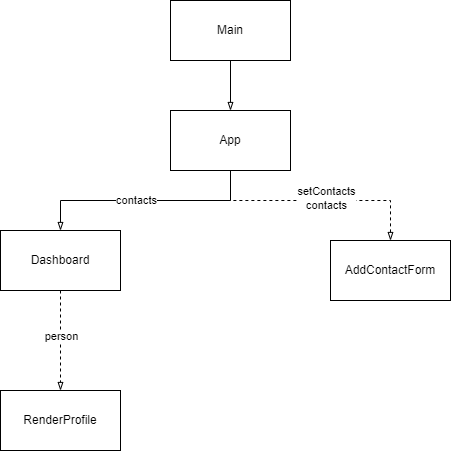
Before: react-address-book.drawio.png, a diagram exported from draw.io (boolean-uk/react-address-book-part-1). Source tidied: cells renumbered, new cells last; positions are measured from the earlier drawing's top-left corner, leaving out a move shared by most shapes.
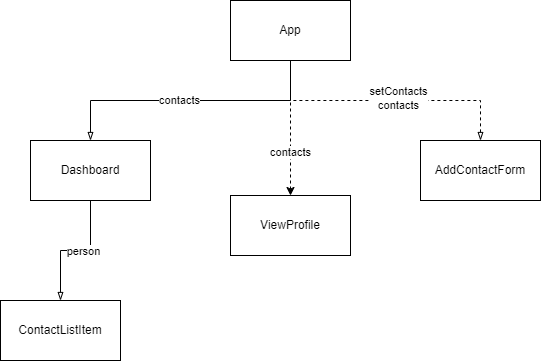
Above is the later version.

Diff of the diagram source:
```diff
@@ -2,12 +2,12 @@
   <root>
     <mxCell id="0" />
     <mxCell id="1" parent="0" />
-    <mxCell id="2" style="edgeStyle=orthogonalEdgeStyle;rounded=0;jettySize=auto;html=1;exitX=0.5;exitY=1;exitDx=0;exitDy=0;entryX=0.5;entryY=0;entryDx=0;entryDy=0;endArrow=blockThin;endFill=0;" parent="1" edge="1" source="3" target="4">
-      <mxGeometry relative="1" as="geometry" />
-    </mxCell>
-    <mxCell id="3" value="Main" style="rounded=0;whiteSpace=wrap;html=1;" parent="1" vertex="1">
-      <mxGeometry x="170" width="120" height="60" as="geometry" />
-    </mxCell>
+    <mxCell id="14" style="edgeStyle=orthogonalEdgeStyle;rounded=0;jettySize=auto;html=1;exitX=0.5;exitY=1;exitDx=0;exitDy=0;entryX=0.5;entryY=0;entryDx=0;entryDy=0;dashed=1;" parent="1" edge="1" source="4" target="16">
+      <mxGeometry relative="1" as="geometry" />
+    </mxCell>
+    <mxCell id="15" value="contacts" style="edgeLabel;html=1;align=center;verticalAlign=middle;" parent="14" vertex="1">
+      <mxGeometry x="0.35" y="-1" relative="1" as="geometry" />
+    </mxCell>
     <mxCell id="4" value="App" style="rounded=0;whiteSpace=wrap;html=1;" parent="1" vertex="1">
       <mxGeometry x="170" y="110" width="120" height="60" as="geometry" />
     </mxCell>
@@ -15,8 +15,8 @@
       <mxGeometry relative="1" as="geometry">
         <mxPoint x="230" y="170" as="targetPoint" />
         <Array as="points">
-          <mxPoint x="350" y="200" />
-          <mxPoint x="231" y="200" />
+          <mxPoint x="420" y="210" />
+          <mxPoint x="230" y="210" />
         </Array>
       </mxGeometry>
     </mxCell>
@@ -24,7 +24,7 @@
       <mxGeometry x="-0.09" y="-3" relative="1" as="geometry" />
     </mxCell>
     <mxCell id="7" value="AddContactForm" style="rounded=0;whiteSpace=wrap;html=1;" parent="1" vertex="1">
-      <mxGeometry x="330" y="240" width="120" height="60" as="geometry" />
+      <mxGeometry x="360" y="250" width="120" height="60" as="geometry" />
     </mxCell>
     <mxCell id="8" style="edgeStyle=orthogonalEdgeStyle;rounded=0;jettySize=auto;html=1;exitX=0.5;exitY=0;exitDx=0;exitDy=0;entryX=0.5;entryY=1;entryDx=0;entryDy=0;startArrow=blockThin;startFill=0;endArrow=none;endFill=0;" parent="1" edge="1" source="12" target="4">
       <mxGeometry relative="1" as="geometry" />
@@ -32,17 +32,20 @@
     <mxCell id="9" value="contacts" style="edgeLabel;html=1;align=center;verticalAlign=middle;" parent="8" vertex="1">
       <mxGeometry x="-0.09" y="1" relative="1" as="geometry" />
     </mxCell>
-    <mxCell id="10" style="edgeStyle=orthogonalEdgeStyle;rounded=0;jettySize=auto;html=1;exitX=0.5;exitY=1;exitDx=0;exitDy=0;entryX=0.5;entryY=0;entryDx=0;entryDy=0;endArrow=blockThin;endFill=0;dashed=1;" parent="1" edge="1" source="12" target="13">
+    <mxCell id="10" style="edgeStyle=orthogonalEdgeStyle;rounded=0;jettySize=auto;html=1;exitX=0.5;exitY=1;exitDx=0;exitDy=0;entryX=0.5;entryY=0;entryDx=0;entryDy=0;endArrow=blockThin;endFill=0;" parent="1" edge="1" source="12" target="13">
       <mxGeometry relative="1" as="geometry" />
     </mxCell>
     <mxCell id="11" value="person" style="edgeLabel;html=1;align=center;verticalAlign=middle;" parent="10" vertex="1">
       <mxGeometry x="-0.11" relative="1" as="geometry" />
     </mxCell>
     <mxCell id="12" value="Dashboard" style="rounded=0;whiteSpace=wrap;html=1;" parent="1" vertex="1">
-      <mxGeometry y="230" width="120" height="60" as="geometry" />
+      <mxGeometry x="-30" y="250" width="120" height="60" as="geometry" />
     </mxCell>
-    <mxCell id="13" value="RenderProfile" style="rounded=0;whiteSpace=wrap;html=1;" parent="1" vertex="1">
-      <mxGeometry y="390" width="120" height="60" as="geometry" />
+    <mxCell id="13" value="ContactListItem" style="rounded=0;whiteSpace=wrap;html=1;" parent="1" vertex="1">
+      <mxGeometry x="-60" y="410" width="120" height="60" as="geometry" />
     </mxCell>
+    <mxCell id="16" value="ViewProfile" style="rounded=0;whiteSpace=wrap;html=1;" parent="1" vertex="1">
+      <mxGeometry x="170" y="305" width="120" height="60" as="geometry" />
+    </mxCell>
   </root>
 </mxGraphModel>
```
